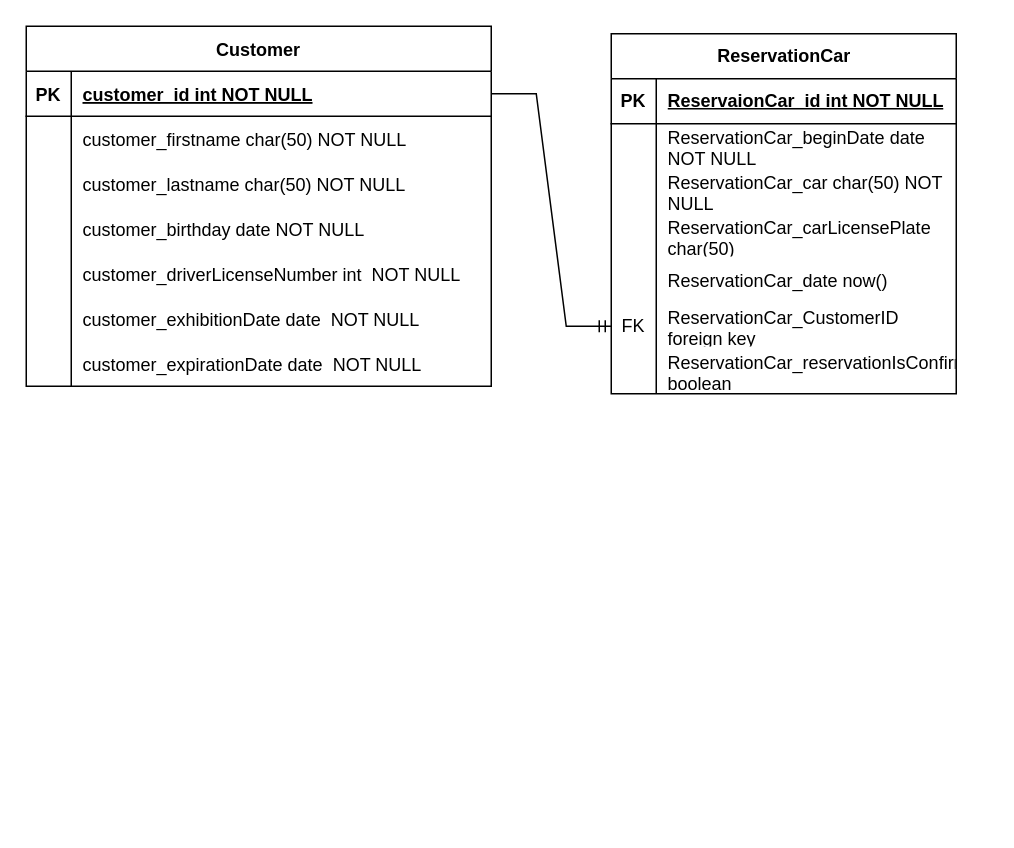
xme4b/Apline-Drive keeps this draw.io diagram as lib/alpine-drive.drawio. Above is the earlier version. Source tidied: cells renumbered, new cells numbered last; positions are measured from the earlier drawing's top-left corner, leaving out a move shared by most shapes. Both pictures are drawn from the tidied source at 150%, with x=0, y=0 at pixel (26, 26).
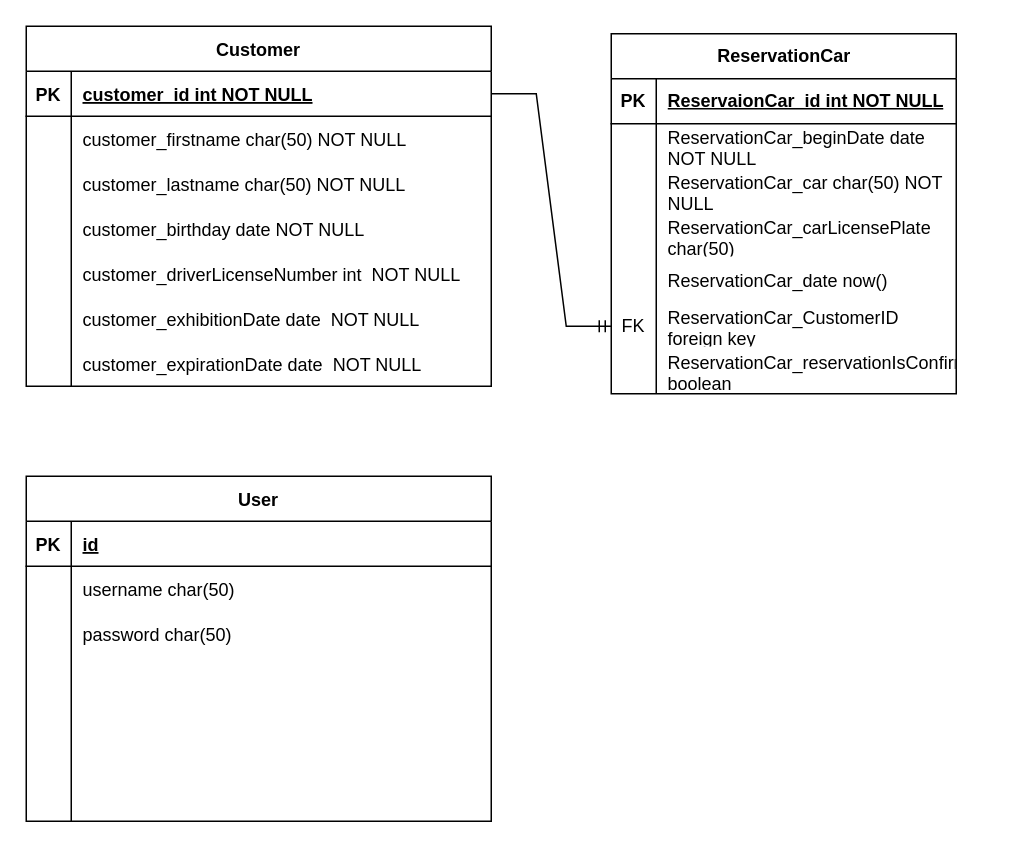
The same diagram, later.

What changed in the source:
```diff
@@
+    <mxCell id="47" value="User" style="shape=table;startSize=30;childLayout=tableLayout;rowLines=0;fontStyle=1;align=center;" parent="1" vertex="1">
+      <mxGeometry y="300" width="310" height="230" as="geometry" />
+    </mxCell>
+    <mxCell id="48" style="shape=partialRectangle;fillColor=none;top=0;left=0;right=0;bottom=1;" parent="47" vertex="1">
+      <mxGeometry y="30" width="310" height="30" as="geometry" />
+    </mxCell>
+    <mxCell id="49" value="PK" style="shape=partialRectangle;overflow=hidden;fillColor=none;top=0;left=0;bottom=0;right=0;fontStyle=1;" parent="48" vertex="1">
+      <mxGeometry width="30" height="30" as="geometry" />
+    </mxCell>
+    <mxCell id="50" value="id" style="shape=partialRectangle;overflow=hidden;fillColor=none;top=0;left=0;bottom=0;right=0;align=left;spacingLeft=6;fontStyle=5;" parent="48" vertex="1">
+      <mxGeometry x="30" width="280" height="30" as="geometry" />
+    </mxCell>
+    <mxCell id="51" style="shape=partialRectangle;fillColor=none;top=0;left=0;right=0;bottom=0;" parent="47" vertex="1">
+      <mxGeometry y="60" width="310" height="30" as="geometry" />
+    </mxCell>
+    <mxCell id="52" style="shape=partialRectangle;overflow=hidden;fillColor=none;top=0;left=0;bottom=0;right=0;" parent="51" vertex="1">
+      <mxGeometry width="30" height="30" as="geometry" />
+    </mxCell>
+    <mxCell id="53" value="username char(50)" style="shape=partialRectangle;overflow=hidden;fillColor=none;top=0;left=0;bottom=0;right=0;align=left;spacingLeft=6;" parent="51" vertex="1">
+      <mxGeometry x="30" width="280" height="30" as="geometry" />
+    </mxCell>
+    <mxCell id="54" style="shape=partialRectangle;fillColor=none;top=0;left=0;right=0;bottom=0;" parent="47" vertex="1">
+      <mxGeometry y="90" width="310" height="30" as="geometry" />
+    </mxCell>
+    <mxCell id="55" style="shape=partialRectangle;overflow=hidden;fillColor=none;top=0;left=0;bottom=0;right=0;" parent="54" vertex="1">
+      <mxGeometry width="30" height="30" as="geometry" />
+    </mxCell>
+    <mxCell id="56" value="password char(50)" style="shape=partialRectangle;overflow=hidden;fillColor=none;top=0;left=0;bottom=0;right=0;align=left;spacingLeft=6;" parent="54" vertex="1">
+      <mxGeometry x="30" width="280" height="30" as="geometry" />
+    </mxCell>
+    <mxCell id="57" style="shape=partialRectangle;fillColor=none;top=0;left=0;right=0;bottom=0;" parent="47" vertex="1">
+      <mxGeometry y="120" width="310" height="30" as="geometry" />
+    </mxCell>
+    <mxCell id="58" style="shape=partialRectangle;overflow=hidden;fillColor=none;top=0;left=0;bottom=0;right=0;" parent="57" vertex="1">
+      <mxGeometry width="30" height="30" as="geometry" />
+    </mxCell>
+    <mxCell id="59" style="shape=partialRectangle;overflow=hidden;fillColor=none;top=0;left=0;bottom=0;right=0;align=left;spacingLeft=6;" parent="57" vertex="1">
+      <mxGeometry x="30" width="280" height="30" as="geometry" />
+    </mxCell>
+    <mxCell id="60" style="shape=partialRectangle;fillColor=none;top=0;left=0;right=0;bottom=0;" parent="47" vertex="1">
+      <mxGeometry y="150" width="310" height="30" as="geometry" />
+    </mxCell>
+    <mxCell id="61" style="shape=partialRectangle;overflow=hidden;fillColor=none;top=0;left=0;bottom=0;right=0;" parent="60" vertex="1">
+      <mxGeometry width="30" height="30" as="geometry" />
+    </mxCell>
+    <mxCell id="62" style="shape=partialRectangle;overflow=hidden;fillColor=none;top=0;left=0;bottom=0;right=0;align=left;spacingLeft=6;" parent="60" vertex="1">
+      <mxGeometry x="30" width="280" height="30" as="geometry" />
+    </mxCell>
+    <mxCell id="63" style="shape=partialRectangle;fillColor=none;top=0;left=0;right=0;bottom=0;" parent="47" vertex="1">
+      <mxGeometry y="180" width="310" height="30" as="geometry" />
+    </mxCell>
+    <mxCell id="64" style="shape=partialRectangle;overflow=hidden;fillColor=none;top=0;left=0;bottom=0;right=0;" parent="63" vertex="1">
+      <mxGeometry width="30" height="30" as="geometry" />
+    </mxCell>
+    <mxCell id="65" style="shape=partialRectangle;overflow=hidden;fillColor=none;top=0;left=0;bottom=0;right=0;align=left;spacingLeft=6;" parent="63" vertex="1">
+      <mxGeometry x="30" width="280" height="30" as="geometry" />
+    </mxCell>
+    <mxCell id="66" style="shape=partialRectangle;fillColor=none;top=0;left=0;right=0;bottom=0;" parent="47" vertex="1">
+      <mxGeometry y="210" width="310" height="20" as="geometry" />
+    </mxCell>
+    <mxCell id="67" style="shape=partialRectangle;overflow=hidden;fillColor=none;top=0;left=0;bottom=0;right=0;" parent="66" vertex="1">
+      <mxGeometry width="30" height="20" as="geometry" />
+    </mxCell>
+    <mxCell id="68" style="shape=partialRectangle;overflow=hidden;fillColor=none;top=0;left=0;bottom=0;right=0;align=left;spacingLeft=6;" parent="66" vertex="1">
+      <mxGeometry x="30" width="280" height="20" as="geometry" />
+    </mxCell>
```
